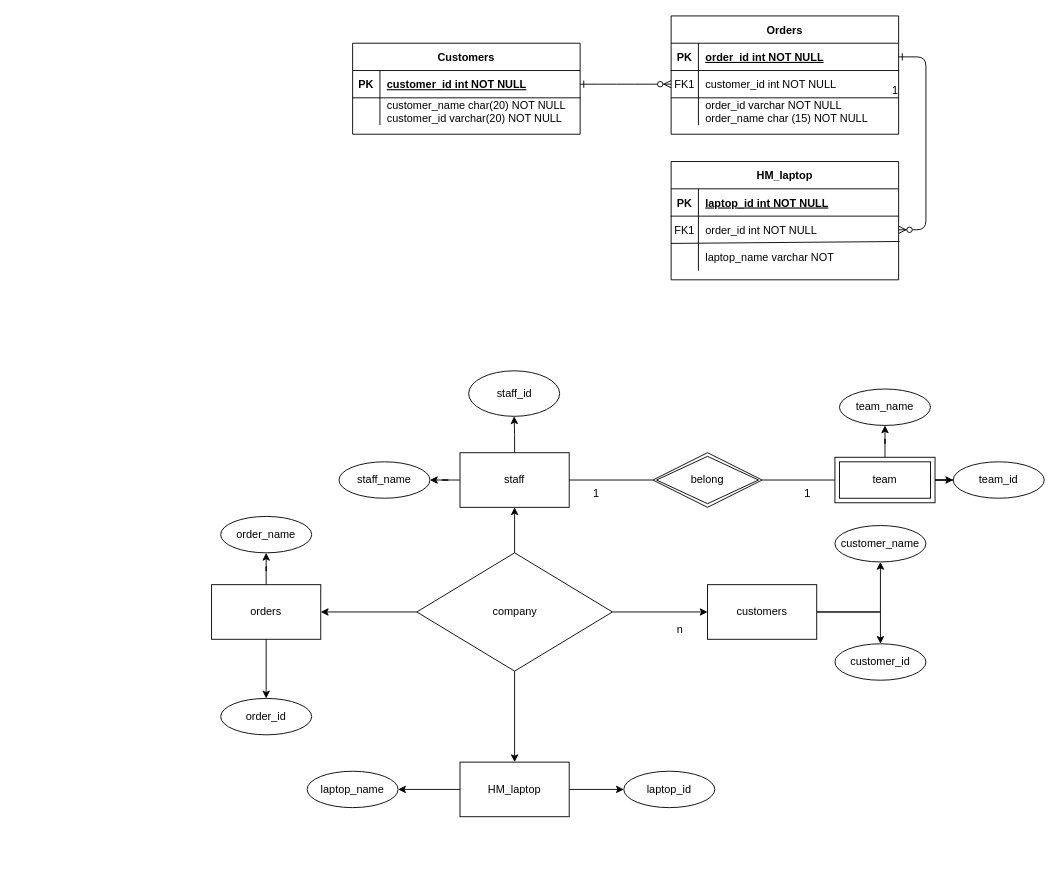
Before: Untitled Diagram.drawio in SeunghoonSeunghoon/My_results, a draw.io diagram. Source tidied: cells renumbered, new cells numbered last; positions are measured from the earlier drawing's top-left corner, leaving out a move shared by most shapes. Both pictures are drawn from the tidied source at 91%, with x=0, y=0 at pixel (211, 15).
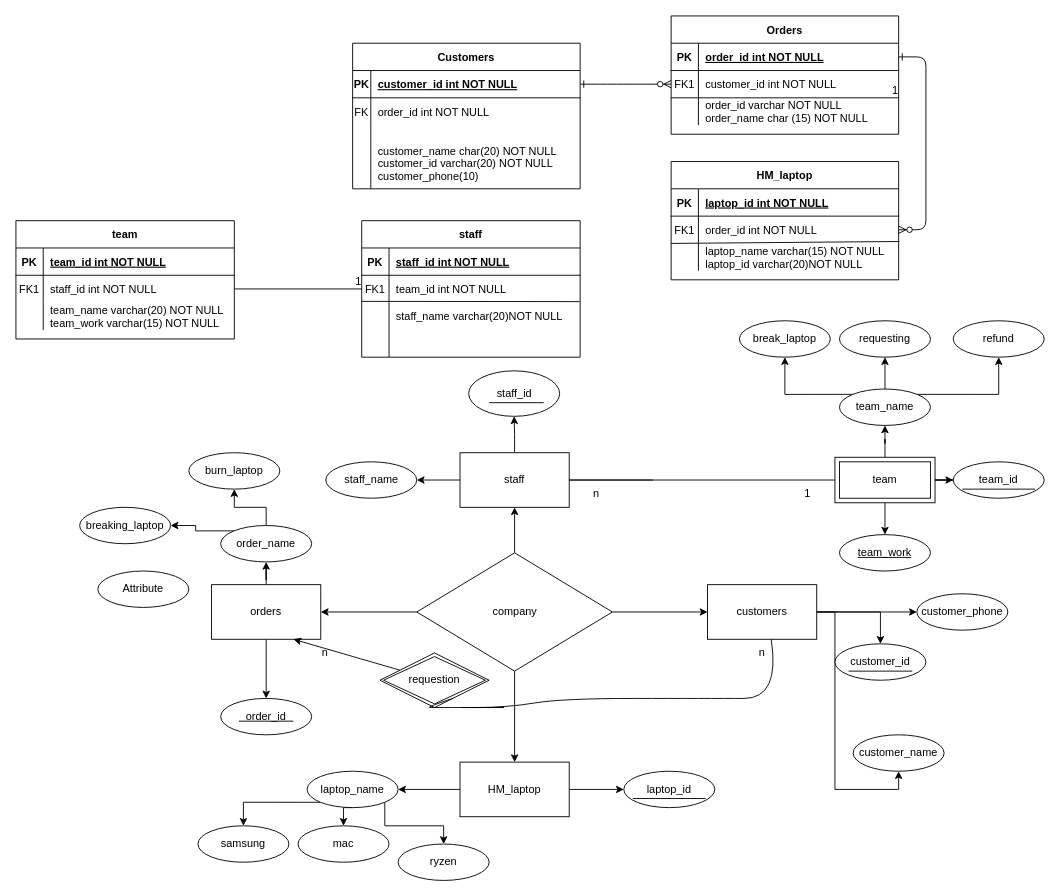
The same diagram, later.

The change refers to these unchanged cells:
```xml
<mxCell id="21" style="shape=partialRectangle;fillColor=none;points=[[0,0.5],[1,0.5]];portConstraint=eastwest;top=0;left=0;right=0;bottom=0;" parent="14" vertex="1">
  <mxGeometry y="90" width="250" height="30" as="geometry" />
</mxCell>
<mxCell id="25" style="shape=partialRectangle;fillColor=none;points=[[0,0.5],[1,0.5]];portConstraint=eastwest;top=0;left=0;right=0;bottom=1;" parent="24" vertex="1">
  <mxGeometry y="30" width="250" height="30" as="geometry" />
</mxCell>
<mxCell id="38" value="orders" style="rounded=0;whiteSpace=wrap;html=1;" parent="1" vertex="1">
  <mxGeometry y="625" width="120" height="60" as="geometry" />
</mxCell>
<mxCell id="41" value="customers" style="rounded=0;whiteSpace=wrap;html=1;" parent="1" vertex="1">
  <mxGeometry x="545" y="625" width="120" height="60" as="geometry" />
</mxCell>
<mxCell id="47" value="staff" style="rounded=0;whiteSpace=wrap;html=1;" parent="1" vertex="1">
  <mxGeometry x="273" y="480" width="120" height="60" as="geometry" />
</mxCell>
<mxCell id="55" value="team" style="shape=ext;margin=3;double=1;whiteSpace=wrap;html=1;align=center;" parent="1" vertex="1">
  <mxGeometry x="685" y="485" width="110" height="50" as="geometry" />
</mxCell>
<mxCell id="62" value="laptop_name" style="ellipse;whiteSpace=wrap;html=1;align=center;" parent="1" vertex="1">
  <mxGeometry x="105" y="830" width="100" height="40" as="geometry" />
</mxCell>
<mxCell id="63" value="team_name" style="ellipse;whiteSpace=wrap;html=1;align=center;" parent="1" vertex="1">
  <mxGeometry x="690" y="410" width="100" height="40" as="geometry" />
</mxCell>
```

Diff of the diagram source:
```diff
@@
-    <mxCell id="23" value="laptop_name varchar NOT" style="shape=partialRectangle;overflow=hidden;fillColor=none;top=0;left=0;bottom=0;right=0;align=left;spacingLeft=6;" parent="21" vertex="1">
+    <mxCell id="23" value="laptop_name varchar(15) NOT NULL&#10;laptop_id varchar(20)NOT NULL" style="shape=partialRectangle;overflow=hidden;fillColor=none;top=0;left=0;bottom=0;right=0;align=left;spacingLeft=6;" parent="21" vertex="1">
       <mxGeometry x="30" width="220" height="30" as="geometry" />
     </mxCell>
     <mxCell id="24" value="Customers" style="shape=table;startSize=30;childLayout=tableLayout;rowLines=0;fontStyle=1;align=center;" parent="1" vertex="1">
-      <mxGeometry x="155" y="30" width="250" height="100" as="geometry" />
+      <mxGeometry x="155" y="30" width="250" height="160" as="geometry" />
     </mxCell>
@@
     <mxCell id="26" value="PK" style="shape=partialRectangle;overflow=hidden;fillColor=none;top=0;left=0;bottom=0;right=0;fontStyle=1;" parent="25" vertex="1">
-      <mxGeometry width="30" height="30" as="geometry" />
+      <mxGeometry width="20" height="30" as="geometry" />
     </mxCell>
     <mxCell id="27" value="customer_id int NOT NULL " style="shape=partialRectangle;overflow=hidden;fillColor=none;top=0;left=0;bottom=0;right=0;align=left;spacingLeft=6;fontStyle=5;" parent="25" vertex="1">
-      <mxGeometry x="30" width="220" height="30" as="geometry" />
+      <mxGeometry x="20" width="230" height="30" as="geometry" />
     </mxCell>
+    <mxCell id="71" style="shape=tableRow;horizontal=0;startSize=0;swimlaneHead=0;swimlaneBody=0;fillColor=none;top=0;left=0;right=0;bottom=0;" parent="24" vertex="1">
+      <mxGeometry y="60" width="250" height="30" as="geometry" />
+    </mxCell>
+    <mxCell id="72" value="FK" style="shape=partialRectangle;fillColor=none;top=0;left=0;bottom=0;right=0;fontStyle=0;overflow=hidden;" parent="71" vertex="1">
+      <mxGeometry width="20" height="30" as="geometry" />
+    </mxCell>
+    <mxCell id="73" value="order_id int NOT NULL" style="shape=partialRectangle;fillColor=none;top=0;left=0;bottom=0;right=0;align=left;spacingLeft=6;fontStyle=0;overflow=hidden;" parent="71" vertex="1">
+      <mxGeometry x="20" width="230" height="30" as="geometry" />
+    </mxCell>
     <mxCell id="28" style="shape=partialRectangle;fillColor=none;top=0;left=0;right=0;bottom=0;" parent="24" vertex="1">
-      <mxGeometry y="60" width="250" height="30" as="geometry" />
+      <mxGeometry y="90" width="250" height="70" as="geometry" />
     </mxCell>
     <mxCell id="29" style="shape=partialRectangle;overflow=hidden;fillColor=none;top=0;left=0;bottom=0;right=0;" parent="28" vertex="1">
-      <mxGeometry width="30" height="30" as="geometry" />
+      <mxGeometry width="20" height="70" as="geometry" />
     </mxCell>
-    <mxCell id="30" value="customer_name char(20) NOT NULL&#10;customer_id varchar(20) NOT NULL" style="shape=partialRectangle;overflow=hidden;fillColor=none;top=0;left=0;bottom=0;right=0;align=left;spacingLeft=6;" parent="28" vertex="1">
-      <mxGeometry x="30" width="220" height="30" as="geometry" />
+    <mxCell id="30" value="&#10;customer_name char(20) NOT NULL&#10;customer_id varchar(20) NOT NULL&#10;customer_phone(10)" style="shape=partialRectangle;overflow=hidden;fillColor=none;top=0;left=0;bottom=0;right=0;align=left;spacingLeft=6;" parent="28" vertex="1">
+      <mxGeometry x="20" width="230" height="70" as="geometry" />
     </mxCell>
@@
+    <mxCell id="74" style="edgeStyle=orthogonalEdgeStyle;rounded=0;jettySize=auto;html=1;entryX=0;entryY=0.5;entryDx=0;entryDy=0;" parent="1" edge="1" source="41" target="84">
+      <mxGeometry relative="1" as="geometry" />
+    </mxCell>
@@
-    <mxCell id="48" value="1" style="text;html=1;strokeColor=none;fillColor=none;align=center;verticalAlign=middle;whiteSpace=wrap;rounded=0;" parent="1" vertex="1">
+    <mxCell id="48" value="n" style="text;html=1;strokeColor=none;fillColor=none;align=center;verticalAlign=middle;whiteSpace=wrap;rounded=0;" parent="1" vertex="1">
       <mxGeometry x="393" y="510" width="60" height="30" as="geometry" />
     </mxCell>
     <mxCell id="49" value="n" style="text;html=1;strokeColor=none;fillColor=none;align=center;verticalAlign=middle;whiteSpace=wrap;rounded=0;" parent="1" vertex="1">
-      <mxGeometry x="485" y="660" width="60" height="30" as="geometry" />
+      <mxGeometry x="575" y="685" width="60" height="30" as="geometry" />
     </mxCell>
@@
-    <mxCell id="51" style="edgeStyle=orthogonalEdgeStyle;rounded=0;jettySize=auto;html=1;exitX=1;exitY=0.5;exitDx=0;exitDy=0;endArrow=none;" parent="1" edge="1" source="47" target="52">
-      <mxGeometry relative="1" as="geometry" />
+    <mxCell id="51" style="edgeStyle=orthogonalEdgeStyle;rounded=0;jettySize=auto;html=1;exitX=1;exitY=0.5;exitDx=0;exitDy=0;endArrow=none;" parent="1" edge="1" source="47">
+      <mxGeometry relative="1" as="geometry">
+        <mxPoint x="485" y="510" as="targetPoint" />
+      </mxGeometry>
     </mxCell>
-    <mxCell id="52" value="belong" style="shape=rhombus;double=1;perimeter=rhombusPerimeter;whiteSpace=wrap;html=1;align=center;" parent="1" vertex="1">
-      <mxGeometry x="485" y="480" width="120" height="60" as="geometry" />
-    </mxCell>
@@
+    <mxCell id="75" style="edgeStyle=orthogonalEdgeStyle;rounded=0;jettySize=auto;html=1;exitX=0.5;exitY=1;exitDx=0;exitDy=0;entryX=0.5;entryY=0;entryDx=0;entryDy=0;" parent="1" edge="1" source="55" target="117">
+      <mxGeometry relative="1" as="geometry" />
+    </mxCell>
@@
-    <mxCell id="56" style="endArrow=none;html=1;rounded=0;entryX=0;entryY=0.5;entryDx=0;entryDy=0;exitX=1;exitY=0.5;exitDx=0;exitDy=0;" parent="1" edge="1" source="52" target="55">
+    <mxCell id="56" style="endArrow=none;html=1;rounded=0;entryX=0;entryY=0.5;entryDx=0;entryDy=0;exitX=0;exitY=0;exitDx=0;exitDy=0;" parent="1" edge="1" source="48" target="55">
       <mxGeometry relative="1" as="geometry" />
     </mxCell>
@@
     <mxCell id="59" value="customer_name" style="ellipse;whiteSpace=wrap;html=1;align=center;" parent="1" vertex="1">
-      <mxGeometry x="685" y="560" width="100" height="40" as="geometry" />
+      <mxGeometry x="705" y="790" width="100" height="40" as="geometry" />
     </mxCell>
@@
+    <mxCell id="76" style="edgeStyle=orthogonalEdgeStyle;rounded=0;jettySize=auto;html=1;exitX=0;exitY=0;exitDx=0;exitDy=0;entryX=1;entryY=0.5;entryDx=0;entryDy=0;" parent="1" edge="1" source="61" target="127">
+      <mxGeometry relative="1" as="geometry" />
+    </mxCell>
+    <mxCell id="77" style="edgeStyle=orthogonalEdgeStyle;rounded=0;jettySize=auto;html=1;exitX=0.5;exitY=0;exitDx=0;exitDy=0;entryX=0.5;entryY=1;entryDx=0;entryDy=0;" parent="1" edge="1" source="61" target="128">
+      <mxGeometry relative="1" as="geometry" />
+    </mxCell>
     <mxCell id="61" value="order_name" style="ellipse;whiteSpace=wrap;html=1;align=center;" parent="1" vertex="1">
-      <mxGeometry x="10" y="550" width="100" height="40" as="geometry" />
+      <mxGeometry x="10" y="560" width="100" height="40" as="geometry" />
     </mxCell>
+    <mxCell id="78" style="edgeStyle=orthogonalEdgeStyle;rounded=0;jettySize=auto;html=1;exitX=0;exitY=1;exitDx=0;exitDy=0;entryX=0.5;entryY=0;entryDx=0;entryDy=0;" parent="1" edge="1" source="62" target="111">
+      <mxGeometry relative="1" as="geometry" />
+    </mxCell>
+    <mxCell id="79" style="edgeStyle=orthogonalEdgeStyle;rounded=0;jettySize=auto;html=1;exitX=0.5;exitY=1;exitDx=0;exitDy=0;entryX=0.5;entryY=0;entryDx=0;entryDy=0;" parent="1" edge="1" source="62" target="112">
+      <mxGeometry relative="1" as="geometry" />
+    </mxCell>
+    <mxCell id="80" style="edgeStyle=orthogonalEdgeStyle;rounded=0;jettySize=auto;html=1;exitX=1;exitY=1;exitDx=0;exitDy=0;" parent="1" edge="1" source="62" target="113">
+      <mxGeometry relative="1" as="geometry" />
+    </mxCell>
@@
+    <mxCell id="81" style="edgeStyle=orthogonalEdgeStyle;rounded=0;jettySize=auto;html=1;exitX=0;exitY=0;exitDx=0;exitDy=0;entryX=0.5;entryY=1;entryDx=0;entryDy=0;" parent="1" edge="1" source="63" target="114">
+      <mxGeometry relative="1" as="geometry" />
+    </mxCell>
+    <mxCell id="82" style="edgeStyle=orthogonalEdgeStyle;rounded=0;jettySize=auto;html=1;exitX=1;exitY=0;exitDx=0;exitDy=0;entryX=0.5;entryY=1;entryDx=0;entryDy=0;" parent="1" edge="1" source="63" target="116">
+      <mxGeometry relative="1" as="geometry" />
+    </mxCell>
+    <mxCell id="83" style="edgeStyle=orthogonalEdgeStyle;rounded=0;jettySize=auto;html=1;exitX=0.5;exitY=0;exitDx=0;exitDy=0;entryX=0.5;entryY=1;entryDx=0;entryDy=0;" parent="1" edge="1" source="63" target="115">
+      <mxGeometry relative="1" as="geometry" />
+    </mxCell>
@@
     <mxCell id="66" value="staff_name" style="ellipse;whiteSpace=wrap;html=1;align=center;" parent="1" vertex="1">
-      <mxGeometry x="140" y="490" width="100" height="40" as="geometry" />
+      <mxGeometry x="125.5" y="490" width="100" height="40" as="geometry" />
     </mxCell>
@@
+    <mxCell id="84" value="customer_phone" style="ellipse;whiteSpace=wrap;html=1;align=center;" parent="1" vertex="1">
+      <mxGeometry x="775" y="635" width="100" height="40" as="geometry" />
+    </mxCell>
+    <mxCell id="85" value="staff" style="shape=table;startSize=30;childLayout=tableLayout;rowLines=0;fontStyle=1;align=center;" parent="1" vertex="1">
+      <mxGeometry x="165" y="225" width="240" height="150" as="geometry" />
+    </mxCell>
+    <mxCell id="86" style="shape=tableRow;horizontal=0;startSize=0;swimlaneHead=0;swimlaneBody=0;fillColor=none;top=0;left=0;right=0;bottom=1;" parent="85" vertex="1">
+      <mxGeometry y="30" width="240" height="30" as="geometry" />
+    </mxCell>
+    <mxCell id="87" value="PK" style="shape=partialRectangle;fillColor=none;top=0;left=0;bottom=0;right=0;fontStyle=1;overflow=hidden;" parent="86" vertex="1">
+      <mxGeometry width="30" height="30" as="geometry" />
+    </mxCell>
+    <mxCell id="88" value="staff_id int NOT NULL" style="shape=partialRectangle;fillColor=none;top=0;left=0;bottom=0;right=0;align=left;spacingLeft=6;fontStyle=5;overflow=hidden;" parent="86" vertex="1">
+      <mxGeometry x="30" width="210" height="30" as="geometry" />
+    </mxCell>
+    <mxCell id="89" style="shape=tableRow;horizontal=0;startSize=0;swimlaneHead=0;swimlaneBody=0;fillColor=none;points=[[0,0.5],[1,0.5]];portConstraint=eastwest;top=0;left=0;right=0;bottom=0;" parent="85" vertex="1">
+      <mxGeometry y="60" width="240" height="30" as="geometry" />
+    </mxCell>
+    <mxCell id="90" value="FK1" style="shape=partialRectangle;fillColor=none;top=0;left=0;bottom=0;right=0;overflow=hidden;" parent="89" vertex="1">
+      <mxGeometry width="30" height="30" as="geometry" />
+    </mxCell>
+    <mxCell id="91" value="team_id int NOT NULL" style="shape=partialRectangle;fillColor=none;top=0;left=0;bottom=0;right=0;align=left;spacingLeft=6;overflow=hidden;" parent="89" vertex="1">
+      <mxGeometry x="30" width="210" height="30" as="geometry" />
+    </mxCell>
+    <mxCell id="92" style="shape=tableRow;horizontal=0;startSize=0;swimlaneHead=0;swimlaneBody=0;fillColor=none;points=[[0,0.5],[1,0.5]];portConstraint=eastwest;top=0;left=0;right=0;bottom=0;" parent="85" vertex="1">
+      <mxGeometry y="90" width="240" height="30" as="geometry" />
+    </mxCell>
+    <mxCell id="93" style="shape=partialRectangle;fillColor=none;top=0;left=0;bottom=0;right=0;overflow=hidden;" parent="92" vertex="1">
+      <mxGeometry width="30" height="30" as="geometry" />
+    </mxCell>
+    <mxCell id="94" value="staff_name varchar(20)NOT NULL" style="shape=partialRectangle;fillColor=none;top=0;left=0;bottom=0;right=0;align=left;spacingLeft=6;overflow=hidden;" parent="92" vertex="1">
+      <mxGeometry x="30" width="210" height="30" as="geometry" />
+    </mxCell>
+    <mxCell id="95" style="shape=tableRow;horizontal=0;startSize=0;swimlaneHead=0;swimlaneBody=0;fillColor=none;top=0;left=0;right=0;bottom=0;" parent="85" vertex="1">
+      <mxGeometry y="120" width="240" height="30" as="geometry" />
+    </mxCell>
+    <mxCell id="96" style="shape=partialRectangle;fillColor=none;top=0;left=0;bottom=0;right=0;overflow=hidden;" parent="95" vertex="1">
+      <mxGeometry width="30" height="30" as="geometry" />
+    </mxCell>
+    <mxCell id="97" style="shape=partialRectangle;fillColor=none;top=0;left=0;bottom=0;right=0;align=left;spacingLeft=6;overflow=hidden;" parent="95" vertex="1">
+      <mxGeometry x="30" width="210" height="30" as="geometry" />
+    </mxCell>
+    <mxCell id="98" style="endArrow=none;html=1;rounded=0;entryX=0.998;entryY=-0.035;entryDx=0;entryDy=0;entryPerimeter=0;exitX=-0.001;exitY=0.956;exitDx=0;exitDy=0;exitPerimeter=0;" parent="85" edge="1" source="89" target="92">
+      <mxGeometry relative="1" as="geometry" />
+    </mxCell>
+    <mxCell id="99" value="team" style="shape=table;startSize=30;childLayout=tableLayout;rowLines=0;fontStyle=1;align=center;" parent="1" vertex="1">
+      <mxGeometry x="-215" y="225" width="240" height="130" as="geometry" />
+    </mxCell>
+    <mxCell id="100" style="shape=tableRow;horizontal=0;startSize=0;swimlaneHead=0;swimlaneBody=0;fillColor=none;top=0;left=0;right=0;bottom=1;" parent="99" vertex="1">
+      <mxGeometry y="30" width="240" height="30" as="geometry" />
+    </mxCell>
+    <mxCell id="101" value="PK" style="shape=partialRectangle;fillColor=none;top=0;left=0;bottom=0;right=0;fontStyle=1;overflow=hidden;" parent="100" vertex="1">
+      <mxGeometry width="30" height="30" as="geometry" />
+    </mxCell>
+    <mxCell id="102" value="team_id int NOT NULL" style="shape=partialRectangle;fillColor=none;top=0;left=0;bottom=0;right=0;align=left;spacingLeft=6;fontStyle=5;overflow=hidden;" parent="100" vertex="1">
+      <mxGeometry x="30" width="210" height="30" as="geometry" />
+    </mxCell>
+    <mxCell id="103" style="shape=tableRow;horizontal=0;startSize=0;swimlaneHead=0;swimlaneBody=0;fillColor=none;points=[[0,0.5],[1,0.5]];portConstraint=eastwest;top=0;left=0;right=0;bottom=0;" parent="99" vertex="1">
+      <mxGeometry y="60" width="240" height="30" as="geometry" />
+    </mxCell>
+    <mxCell id="104" value="FK1" style="shape=partialRectangle;fillColor=none;top=0;left=0;bottom=0;right=0;overflow=hidden;" parent="103" vertex="1">
+      <mxGeometry width="30" height="30" as="geometry" />
+    </mxCell>
+    <mxCell id="105" value="staff_id int NOT NULL" style="shape=partialRectangle;fillColor=none;top=0;left=0;bottom=0;right=0;align=left;spacingLeft=6;overflow=hidden;" parent="103" vertex="1">
+      <mxGeometry x="30" width="210" height="30" as="geometry" />
+    </mxCell>
+    <mxCell id="106" style="shape=tableRow;horizontal=0;startSize=0;swimlaneHead=0;swimlaneBody=0;fillColor=none;top=0;left=0;right=0;bottom=0;" parent="99" vertex="1">
+      <mxGeometry y="90" width="240" height="30" as="geometry" />
+    </mxCell>
+    <mxCell id="107" style="shape=partialRectangle;fillColor=none;top=0;left=0;bottom=0;right=0;overflow=hidden;" parent="106" vertex="1">
+      <mxGeometry width="30" height="30" as="geometry" />
+    </mxCell>
+    <mxCell id="108" value="team_name varchar(20) NOT NULL&#10;team_work varchar(15) NOT NULL" style="shape=partialRectangle;fillColor=none;top=0;left=0;bottom=0;right=0;align=left;spacingLeft=6;overflow=hidden;" parent="106" vertex="1">
+      <mxGeometry x="30" width="210" height="30" as="geometry" />
+    </mxCell>
+    <mxCell id="109" style="endArrow=none;html=1;rounded=0;exitX=1;exitY=0.5;exitDx=0;exitDy=0;entryX=0;entryY=0.5;entryDx=0;entryDy=0;" parent="1" edge="1" source="103" target="89">
+      <mxGeometry relative="1" as="geometry" />
+    </mxCell>
+    <mxCell id="110" value="1" style="html=1;align=right;verticalAlign=bottom;" parent="109" vertex="1">
+      <mxGeometry x="1" relative="1" as="geometry" />
+    </mxCell>
+    <mxCell id="111" value="samsung" style="ellipse;whiteSpace=wrap;html=1;align=center;" parent="1" vertex="1">
+      <mxGeometry x="-15" y="890" width="100" height="40" as="geometry" />
+    </mxCell>
+    <mxCell id="112" value="mac" style="ellipse;whiteSpace=wrap;html=1;align=center;" parent="1" vertex="1">
+      <mxGeometry x="95" y="890" width="100" height="40" as="geometry" />
+    </mxCell>
+    <mxCell id="113" value="ryzen" style="ellipse;whiteSpace=wrap;html=1;align=center;" parent="1" vertex="1">
+      <mxGeometry x="205" y="910" width="100" height="40" as="geometry" />
+    </mxCell>
+    <mxCell id="114" value="break_laptop" style="ellipse;whiteSpace=wrap;html=1;align=center;" parent="1" vertex="1">
+      <mxGeometry x="580" y="335" width="100" height="40" as="geometry" />
+    </mxCell>
+    <mxCell id="115" value="requesting" style="ellipse;whiteSpace=wrap;html=1;align=center;" parent="1" vertex="1">
+      <mxGeometry x="690" y="335" width="100" height="40" as="geometry" />
+    </mxCell>
+    <mxCell id="116" value="refund" style="ellipse;whiteSpace=wrap;html=1;align=center;" parent="1" vertex="1">
+      <mxGeometry x="815" y="335" width="100" height="40" as="geometry" />
+    </mxCell>
+    <mxCell id="117" value="team_work&lt;br&gt;" style="ellipse;whiteSpace=wrap;html=1;align=center;fontStyle=4;" parent="1" vertex="1">
+      <mxGeometry x="690" y="570" width="100" height="40" as="geometry" />
+    </mxCell>
+    <mxCell id="118" style="line;strokeWidth=1;dashed=0;labelPosition=right;align=left;verticalAlign=middle;spacingTop=0;spacingLeft=6;" parent="1" vertex="1">
+      <mxGeometry x="305" y="420" width="60" height="10" as="geometry" />
+    </mxCell>
+    <mxCell id="119" style="line;strokeWidth=1;dashed=0;labelPosition=right;align=left;verticalAlign=middle;spacingTop=0;spacingLeft=6;" parent="1" vertex="1">
+      <mxGeometry x="30" y="770" width="60" height="10" as="geometry" />
+    </mxCell>
+    <mxCell id="120" style="endArrow=none;html=1;rounded=0;" parent="1" edge="1">
+      <mxGeometry relative="1" as="geometry">
+        <mxPoint x="463" y="860" as="sourcePoint" />
+        <mxPoint x="543" y="860" as="targetPoint" />
+      </mxGeometry>
+    </mxCell>
+    <mxCell id="121" style="endArrow=none;html=1;rounded=0;" parent="1" edge="1">
+      <mxGeometry relative="1" as="geometry">
+        <mxPoint x="700" y="720" as="sourcePoint" />
+        <mxPoint x="770" y="720" as="targetPoint" />
+      </mxGeometry>
+    </mxCell>
+    <mxCell id="122" style="endArrow=none;html=1;rounded=0;" parent="1" edge="1">
+      <mxGeometry relative="1" as="geometry">
+        <mxPoint x="905" y="520" as="sourcePoint" />
+        <mxPoint x="825" y="520" as="targetPoint" />
+      </mxGeometry>
+    </mxCell>
+    <mxCell id="123" style="curved=1;endArrow=classic;html=1;rounded=0;entryX=0.75;entryY=1;entryDx=0;entryDy=0;startArrow=none;" parent="1" edge="1" source="125" target="38">
+      <mxGeometry relative="1" as="geometry" />
+    </mxCell>
+    <mxCell id="124" value="n" style="text;html=1;strokeColor=none;fillColor=none;align=center;verticalAlign=middle;whiteSpace=wrap;rounded=0;" parent="1" vertex="1">
+      <mxGeometry x="95" y="685" width="60" height="30" as="geometry" />
+    </mxCell>
+    <mxCell id="125" value="requestion" style="shape=rhombus;double=1;perimeter=rhombusPerimeter;whiteSpace=wrap;html=1;align=center;" parent="1" vertex="1">
+      <mxGeometry x="185" y="700" width="120" height="60" as="geometry" />
+    </mxCell>
+    <mxCell id="126" style="curved=1;endArrow=none;html=1;rounded=0;entryX=0.75;entryY=1;entryDx=0;entryDy=0;exitX=0.583;exitY=1;exitDx=0;exitDy=0;exitPerimeter=0;" parent="1" edge="1" source="41" target="125">
+      <mxGeometry relative="1" as="geometry">
+        <Array as="points">
+          <mxPoint x="625" y="750" />
+          <mxPoint x="545" y="750" />
+          <mxPoint x="385" y="750" />
+          <mxPoint x="325" y="760" />
+          <mxPoint x="255" y="760" />
+          <mxPoint x="345" y="760" />
+          <mxPoint x="245" y="760" />
+          <mxPoint x="235" y="760" />
+        </Array>
+      </mxGeometry>
+    </mxCell>
+    <mxCell id="127" value="breaking_laptop" style="ellipse;whiteSpace=wrap;html=1;align=center;" parent="1" vertex="1">
+      <mxGeometry x="-145" y="540" width="100" height="40" as="geometry" />
+    </mxCell>
+    <mxCell id="128" value="burn_laptop" style="ellipse;whiteSpace=wrap;html=1;align=center;" parent="1" vertex="1">
+      <mxGeometry x="-25" y="480" width="100" height="40" as="geometry" />
+    </mxCell>
+    <mxCell id="129" value="Attribute" style="ellipse;whiteSpace=wrap;html=1;align=center;" parent="1" vertex="1">
+      <mxGeometry x="-125" y="610" width="100" height="40" as="geometry" />
+    </mxCell>
```
